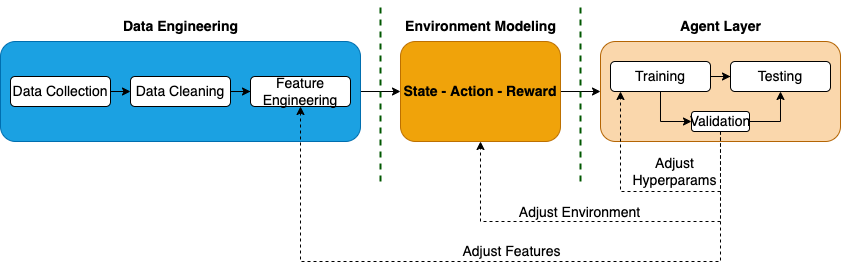
Before: itt-presentation/img/navrh_reseni.png, a diagram exported from draw.io (zdeneklapes/ibt). Source tidied: cells renumbered, new cells last; positions are measured from the earlier drawing's top-left corner, leaving out a move shared by most shapes.
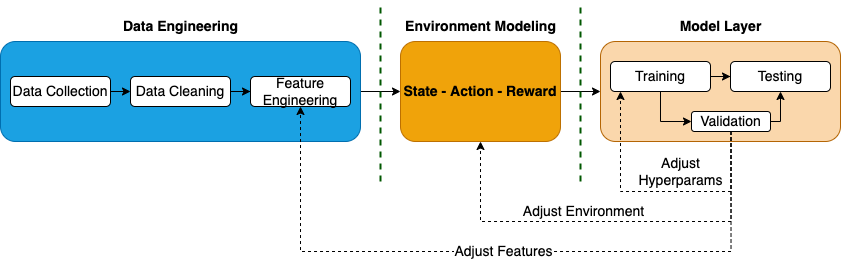
Above is the later version.

What changed in the source:
```diff
@@ -62,24 +62,24 @@
     <mxCell id="19" value="Testing" style="rounded=1;whiteSpace=wrap;html=1;fontSize=14;" parent="1" vertex="1">
       <mxGeometry x="730" y="60" width="100" height="30" as="geometry" />
     </mxCell>
-    <mxCell id="20" value="&lt;b&gt;Agent Layer&lt;/b&gt;" style="text;html=1;align=center;verticalAlign=middle;strokeColor=none;fillColor=none;fontSize=14;" parent="1" vertex="1">
-      <mxGeometry x="670" y="10" width="100" height="30" as="geometry" />
+    <mxCell id="20" value="&lt;b&gt;Model Layer&lt;/b&gt;" style="text;html=1;align=center;verticalAlign=middle;strokeColor=none;fillColor=none;fontSize=14;" parent="1" vertex="1">
+      <mxGeometry x="665" y="10" width="110" height="30" as="geometry" />
     </mxCell>
     <mxCell id="21" style="edgeStyle=orthogonalEdgeStyle;rounded=0;jettySize=auto;html=1;exitX=1;exitY=0.5;exitDx=0;exitDy=0;entryX=0.5;entryY=1;entryDx=0;entryDy=0;fontSize=14;" parent="1" edge="1" source="26" target="19">
       <mxGeometry relative="1" as="geometry" />
     </mxCell>
     <mxCell id="22" value="Adjust Features" style="edgeStyle=orthogonalEdgeStyle;rounded=0;jettySize=auto;html=1;exitX=0.5;exitY=1;exitDx=0;exitDy=0;entryX=0.5;entryY=1;entryDx=0;entryDy=0;dashed=1;fontSize=14;" parent="1" edge="1" source="26" target="10">
-      <mxGeometry x="-0.04" y="-10" relative="1" as="geometry">
+      <mxGeometry relative="1" as="geometry">
         <Array as="points">
-          <mxPoint x="720" y="260" />
-          <mxPoint x="300" y="260" />
+          <mxPoint x="731" y="250" />
+          <mxPoint x="300" y="250" />
         </Array>
       </mxGeometry>
     </mxCell>
     <mxCell id="23" style="edgeStyle=orthogonalEdgeStyle;rounded=0;jettySize=auto;html=1;exitX=0.5;exitY=1;exitDx=0;exitDy=0;entryX=0.5;entryY=1;entryDx=0;entryDy=0;dashed=1;fontSize=14;" parent="1" edge="1" source="26" target="5">
       <mxGeometry relative="1" as="geometry">
         <Array as="points">
-          <mxPoint x="720" y="220" />
+          <mxPoint x="731" y="220" />
           <mxPoint x="480" y="220" />
         </Array>
       </mxGeometry>
@@ -100,7 +100,7 @@
       </mxGeometry>
     </mxCell>
     <mxCell id="26" value="&lt;span style=&quot;font-size: 14px;&quot;&gt;Validation&lt;/span&gt;" style="rounded=1;whiteSpace=wrap;html=1;fontSize=14;" parent="1" vertex="1">
-      <mxGeometry x="691" y="110" width="58" height="20" as="geometry" />
+      <mxGeometry x="691" y="110" width="79" height="20" as="geometry" />
     </mxCell>
   </root>
 </mxGraphModel>
```
